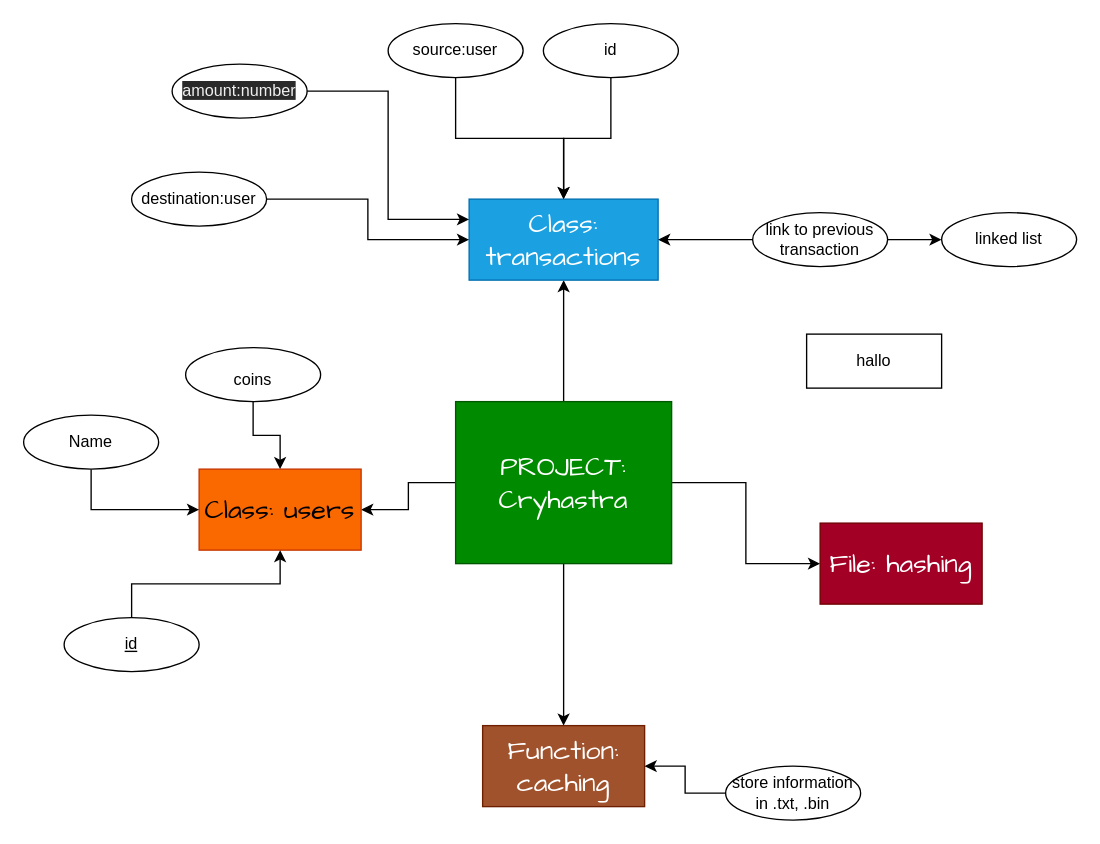
This is page "Page-1" (1 of 4) of mindmap.dio from ITerm0rex/Cryhastra, a draw.io file, before an edit. Source tidied: cells renumbered, new cells numbered last; positions are measured from the earlier drawing's top-left corner, leaving out a move shared by most shapes. Both pictures are drawn from the tidied source at 135%, with x=0, y=0 at pixel (23, 23).
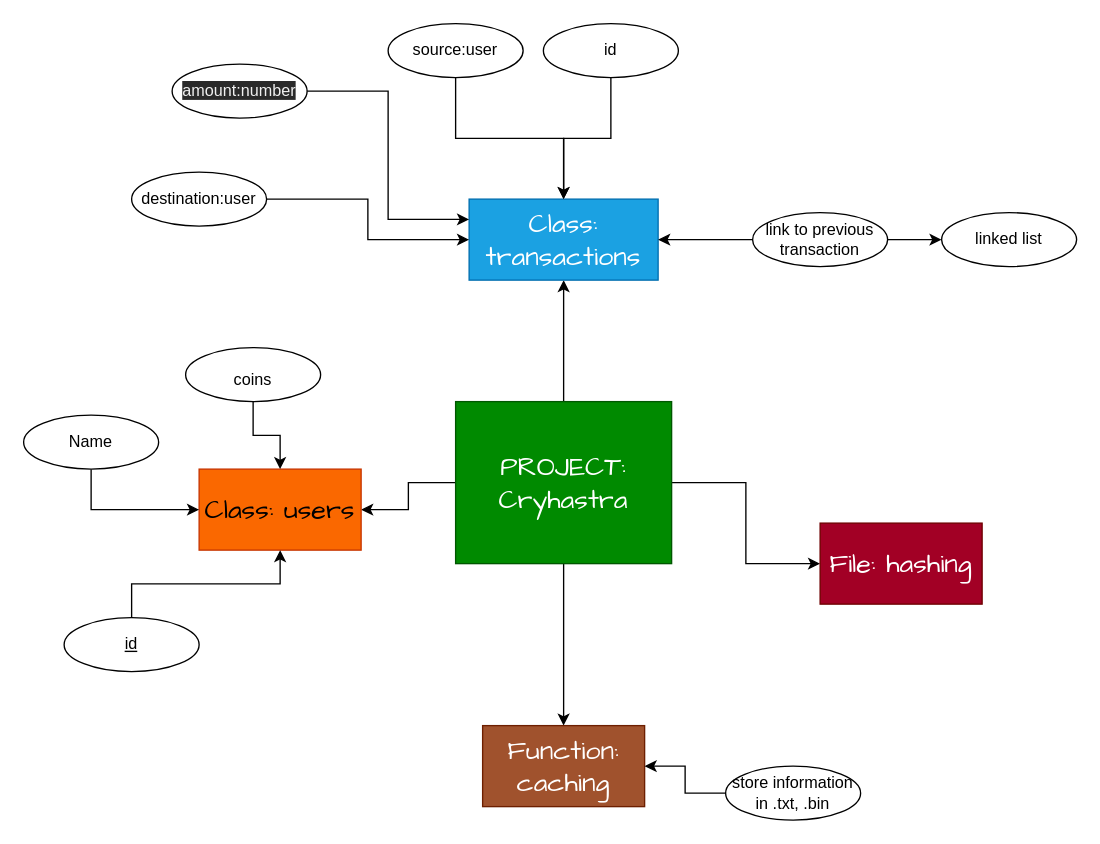
The same diagram, later.

Diff of the diagram source:
```diff
@@
-    <mxCell id="31" value="hallo" style="whiteSpace=wrap;html=1;align=center;" parent="1" vertex="1">
-      <mxGeometry x="580" y="230" width="100" height="40" as="geometry" />
-    </mxCell>
```
